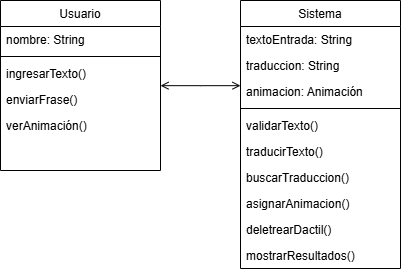
This is Images/Cap 3/clases.png from IvanSMMA/TT1_Document, a draw.io export, as it was before one commit. Source tidied: cells renumbered, new cells last; positions are measured from the earlier drawing's top-left corner, leaving out a move shared by most shapes.
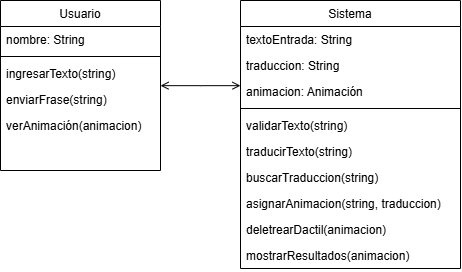
After the change.

What changed in the source:
```diff
@@ -11,47 +11,47 @@
     <mxCell id="4" style="line;html=1;strokeWidth=1;align=left;verticalAlign=middle;spacingTop=-1;spacingLeft=3;spacingRight=3;labelPosition=right;" parent="2" vertex="1">
       <mxGeometry y="52" width="160" height="8" as="geometry" />
     </mxCell>
-    <mxCell id="5" value="ingresarTexto() " style="text;align=left;verticalAlign=top;spacingLeft=4;spacingRight=4;overflow=hidden;" parent="2" vertex="1">
+    <mxCell id="5" value="ingresarTexto(string) " style="text;align=left;verticalAlign=top;spacingLeft=4;spacingRight=4;overflow=hidden;" parent="2" vertex="1">
       <mxGeometry y="60" width="160" height="26" as="geometry" />
     </mxCell>
-    <mxCell id="6" value="enviarFrase() " style="text;align=left;verticalAlign=top;spacingLeft=4;spacingRight=4;overflow=hidden;" parent="2" vertex="1">
+    <mxCell id="6" value="enviarFrase(string) " style="text;align=left;verticalAlign=top;spacingLeft=4;spacingRight=4;overflow=hidden;" parent="2" vertex="1">
       <mxGeometry y="86" width="160" height="26" as="geometry" />
     </mxCell>
-    <mxCell id="7" value="verAnimación() " style="text;align=left;verticalAlign=top;spacingLeft=4;spacingRight=4;overflow=hidden;" parent="2" vertex="1">
+    <mxCell id="7" value="verAnimación(animacion) " style="text;align=left;verticalAlign=top;spacingLeft=4;spacingRight=4;overflow=hidden;" parent="2" vertex="1">
       <mxGeometry y="112" width="160" height="26" as="geometry" />
     </mxCell>
     <mxCell id="8" value="Sistema" style="swimlane;fontStyle=0;align=center;verticalAlign=top;horizontal=1;startSize=26;rounded=0;shadow=0;strokeWidth=1;" parent="1" vertex="1">
-      <mxGeometry x="240" width="160" height="268" as="geometry" />
+      <mxGeometry x="240" width="220" height="268" as="geometry" />
     </mxCell>
     <mxCell id="9" value="textoEntrada: String   " style="text;align=left;verticalAlign=top;spacingLeft=4;spacingRight=4;overflow=hidden;" parent="8" vertex="1">
-      <mxGeometry y="26" width="160" height="26" as="geometry" />
+      <mxGeometry y="26" width="220" height="26" as="geometry" />
     </mxCell>
     <mxCell id="10" value="traduccion: String" style="text;align=left;verticalAlign=top;spacingLeft=4;spacingRight=4;overflow=hidden;rounded=0;shadow=0;html=0;" parent="8" vertex="1">
-      <mxGeometry y="52" width="160" height="26" as="geometry" />
+      <mxGeometry y="52" width="220" height="26" as="geometry" />
     </mxCell>
     <mxCell id="11" value="animacion: Animación" style="text;align=left;verticalAlign=top;spacingLeft=4;spacingRight=4;overflow=hidden;rounded=0;shadow=0;html=0;" parent="8" vertex="1">
-      <mxGeometry y="78" width="160" height="26" as="geometry" />
+      <mxGeometry y="78" width="220" height="26" as="geometry" />
     </mxCell>
     <mxCell id="12" style="line;html=1;strokeWidth=1;align=left;verticalAlign=middle;spacingTop=-1;spacingLeft=3;spacingRight=3;labelPosition=right;" parent="8" vertex="1">
-      <mxGeometry y="104" width="160" height="8" as="geometry" />
+      <mxGeometry y="104" width="220" height="8" as="geometry" />
     </mxCell>
-    <mxCell id="13" value="validarTexto()" style="text;align=left;verticalAlign=top;spacingLeft=4;spacingRight=4;overflow=hidden;" parent="8" vertex="1">
-      <mxGeometry y="112" width="160" height="26" as="geometry" />
+    <mxCell id="13" value="validarTexto(string)" style="text;align=left;verticalAlign=top;spacingLeft=4;spacingRight=4;overflow=hidden;" parent="8" vertex="1">
+      <mxGeometry y="112" width="220" height="26" as="geometry" />
     </mxCell>
-    <mxCell id="14" value="traducirTexto()" style="text;align=left;verticalAlign=top;spacingLeft=4;spacingRight=4;overflow=hidden;" parent="8" vertex="1">
-      <mxGeometry y="138" width="160" height="26" as="geometry" />
+    <mxCell id="14" value="traducirTexto(string)" style="text;align=left;verticalAlign=top;spacingLeft=4;spacingRight=4;overflow=hidden;" parent="8" vertex="1">
+      <mxGeometry y="138" width="220" height="26" as="geometry" />
     </mxCell>
-    <mxCell id="15" value="buscarTraduccion()" style="text;align=left;verticalAlign=top;spacingLeft=4;spacingRight=4;overflow=hidden;" parent="8" vertex="1">
-      <mxGeometry y="164" width="160" height="26" as="geometry" />
+    <mxCell id="15" value="buscarTraduccion(string)" style="text;align=left;verticalAlign=top;spacingLeft=4;spacingRight=4;overflow=hidden;" parent="8" vertex="1">
+      <mxGeometry y="164" width="220" height="26" as="geometry" />
     </mxCell>
-    <mxCell id="16" value="asignarAnimacion()" style="text;align=left;verticalAlign=top;spacingLeft=4;spacingRight=4;overflow=hidden;" parent="8" vertex="1">
-      <mxGeometry y="190" width="160" height="26" as="geometry" />
+    <mxCell id="16" value="asignarAnimacion(string, traduccion)" style="text;align=left;verticalAlign=top;spacingLeft=4;spacingRight=4;overflow=hidden;" parent="8" vertex="1">
+      <mxGeometry y="190" width="220" height="26" as="geometry" />
     </mxCell>
-    <mxCell id="17" value="deletrearDactil()" style="text;align=left;verticalAlign=top;spacingLeft=4;spacingRight=4;overflow=hidden;" parent="8" vertex="1">
-      <mxGeometry y="216" width="160" height="26" as="geometry" />
+    <mxCell id="17" value="deletrearDactil(animacion)" style="text;align=left;verticalAlign=top;spacingLeft=4;spacingRight=4;overflow=hidden;" parent="8" vertex="1">
+      <mxGeometry y="216" width="220" height="26" as="geometry" />
     </mxCell>
-    <mxCell id="18" value="mostrarResultados()" style="text;align=left;verticalAlign=top;spacingLeft=4;spacingRight=4;overflow=hidden;" parent="8" vertex="1">
-      <mxGeometry y="242" width="160" height="26" as="geometry" />
+    <mxCell id="18" value="mostrarResultados(animacion)" style="text;align=left;verticalAlign=top;spacingLeft=4;spacingRight=4;overflow=hidden;" parent="8" vertex="1">
+      <mxGeometry y="242" width="220" height="26" as="geometry" />
     </mxCell>
     <mxCell id="19" style="endArrow=open;shadow=0;strokeWidth=1;rounded=0;curved=0;endFill=1;edgeStyle=elbowEdgeStyle;elbow=vertical;startArrow=open;startFill=0;" parent="1" edge="1" source="2" target="8">
       <mxGeometry x="0.5" y="41" relative="1" as="geometry">
```
